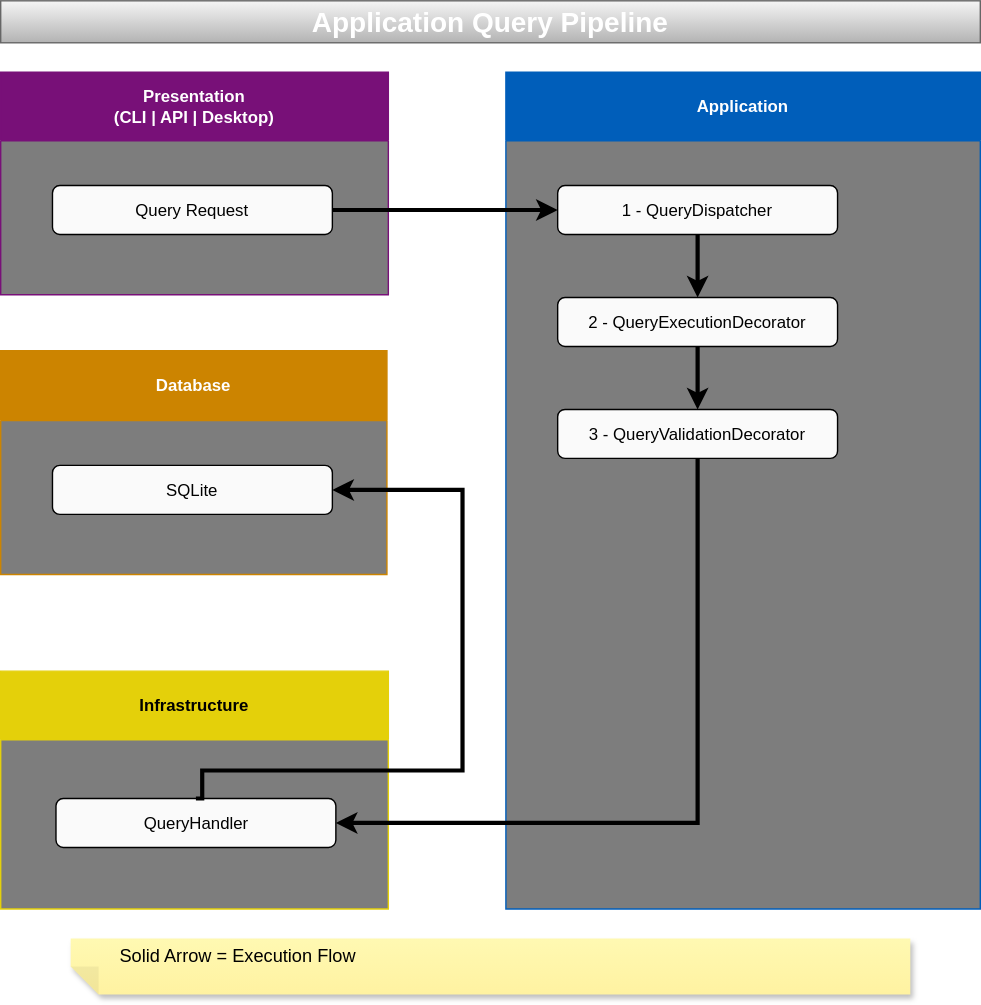
Above: docs/application/application-query-pipeline.svg in sergio-lopes-developer/whoami (draw.io), before the change. Source tidied: cells renumbered, new cells last; positions are measured from the earlier drawing's top-left corner, leaving out a move shared by most shapes.
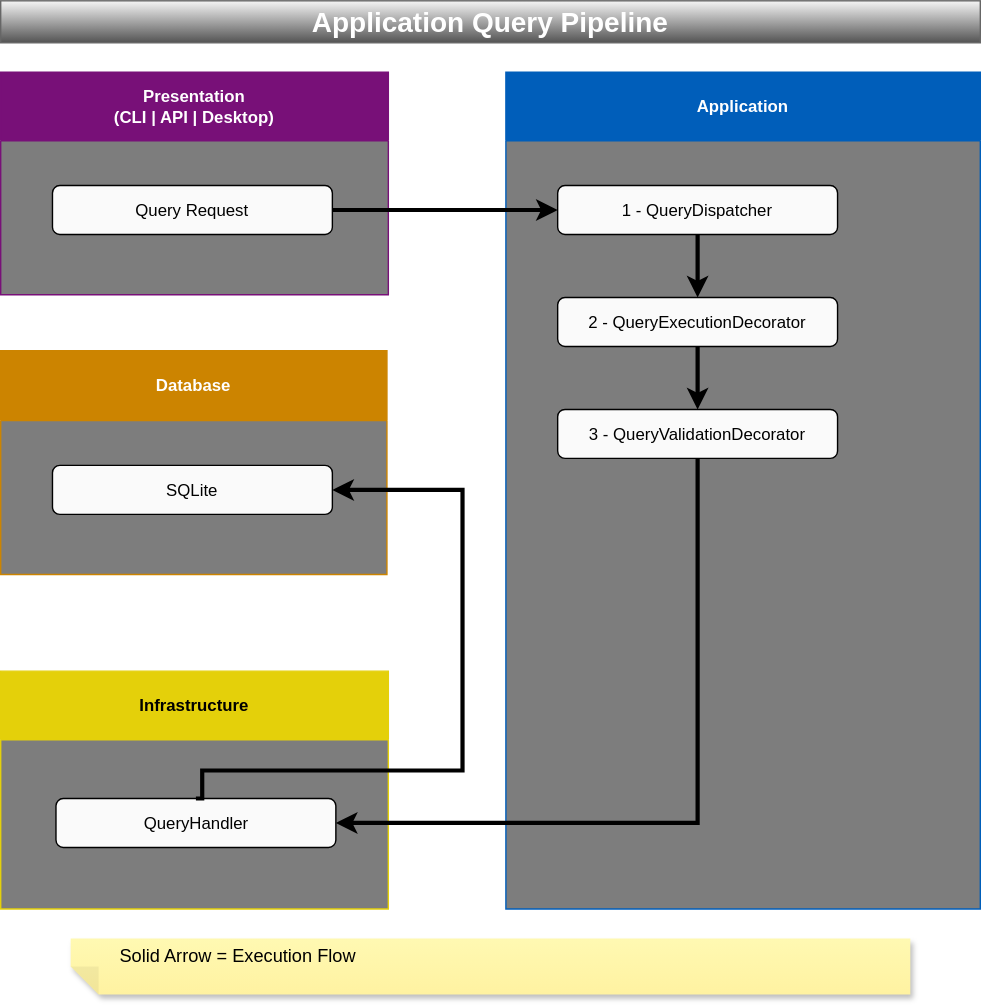
The same diagram one commit later.

Commit message:
docs: fix diagram title backgrounds

What changed in the source:
```diff
@@ -35,7 +35,7 @@
     <mxCell id="12" style="edgeStyle=orthogonalEdgeStyle;rounded=0;jettySize=auto;html=1;exitX=1;exitY=0.5;exitDx=0;exitDy=0;entryX=0;entryY=0.5;entryDx=0;entryDy=0;strokeWidth=3;fontColor=light-dark(#000000,#FFFFFF);" parent="1" edge="1" source="3" target="6">
       <mxGeometry relative="1" as="geometry" />
     </mxCell>
-    <mxCell id="13" value="&lt;font style=&quot;color: light-dark(rgb(255, 255, 255), rgb(255, 255, 255));&quot;&gt;Application Query Pipeline&lt;/font&gt;" style="text;html=1;whiteSpace=wrap;strokeColor=#666666;fillColor=#f5f5f5;align=center;verticalAlign=middle;rounded=0;gradientColor=#b3b3b3;fontSize=20;fontStyle=1;fontColor=light-dark(#FFFFFF,#FFFFFF);" parent="1" vertex="1">
+    <mxCell id="13" value="&lt;font style=&quot;color: light-dark(rgb(255, 255, 255), rgb(255, 255, 255));&quot;&gt;Application Query Pipeline&lt;/font&gt;" style="text;html=1;whiteSpace=wrap;strokeColor=#666666;fillColor=#f5f5f5;align=center;verticalAlign=middle;rounded=0;gradientColor=light-dark(#535353,#535353);fontSize=20;fontStyle=1;fontColor=light-dark(#FFFFFF,#FFFFFF);" parent="1" vertex="1">
       <mxGeometry width="700" height="30" as="geometry" />
     </mxCell>
     <mxCell id="14" value="Database" style="swimlane;whiteSpace=wrap;html=1;fillColor=light-dark(#CC8400,#CC8400);strokeColor=light-dark(#CC8400,#CC8400);startSize=50;fontColor=#ffffff;swimlaneFillColor=light-dark(#7D7D7D,#7D7D7D);gradientColor=none;fillStyle=solid;" parent="1" vertex="1">
```
